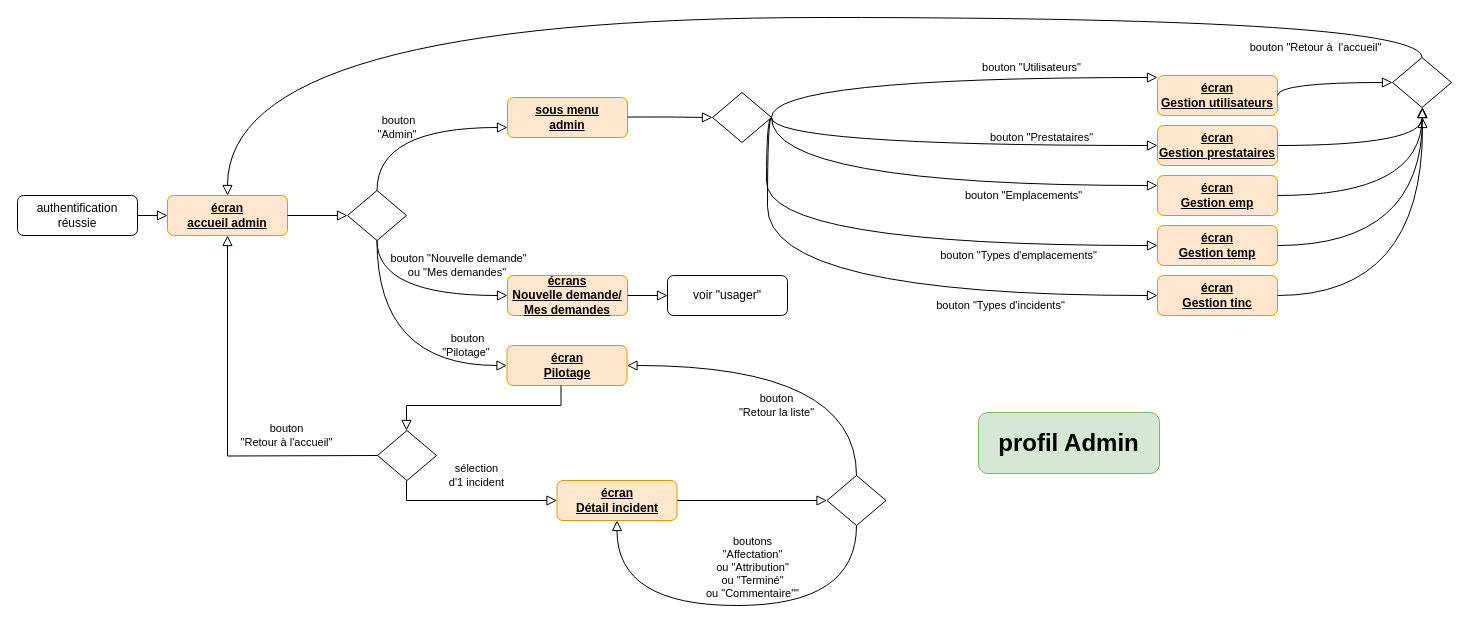
mapette/sos_immo_backend keeps this draw.io diagram as doc/cinématique/admin.drawio. Above is the earlier version. Source tidied: cells renumbered, new cells numbered last; positions are measured from the earlier drawing's top-left corner, leaving out a move shared by most shapes. Both pictures are drawn from the tidied source at 100%, with x=0, y=0 at pixel (17, 17).
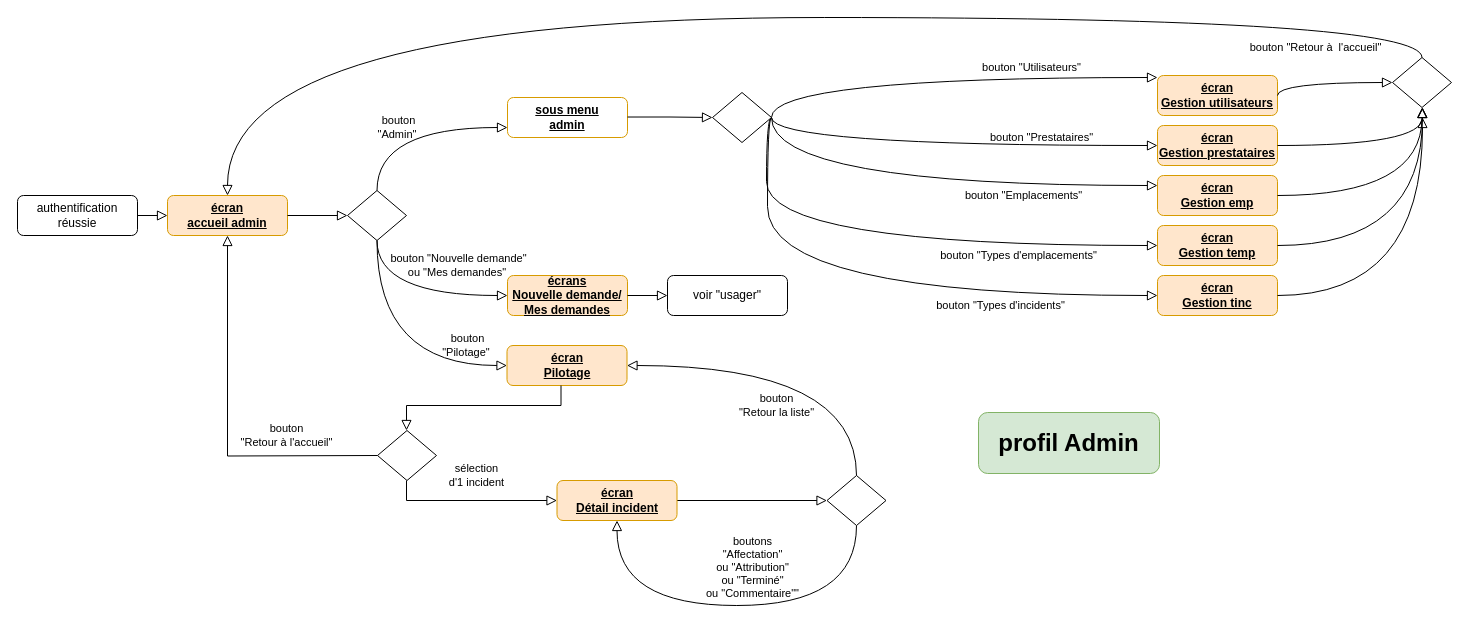
The same page after the edit.

Change to the diagram source:
```diff
@@
-    <mxCell id="33" value="&lt;b&gt;&lt;u&gt;sous menu&lt;br&gt;admin&lt;br&gt;&lt;/u&gt;&lt;/b&gt;" style="rounded=1;whiteSpace=wrap;html=1;fontSize=12;glass=0;strokeWidth=1;shadow=0;fillColor=#ffe6cc;strokeColor=#d79b00;" parent="1" vertex="1">
+    <mxCell id="33" value="&lt;b&gt;&lt;u&gt;sous menu&lt;br&gt;admin&lt;br&gt;&lt;/u&gt;&lt;/b&gt;" style="rounded=1;whiteSpace=wrap;html=1;fontSize=12;glass=0;strokeWidth=1;shadow=0;fillColor=none;strokeColor=#d79b00;" parent="1" vertex="1">
       <mxGeometry x="490" y="80" width="120" height="40" as="geometry" />
     </mxCell>
```
